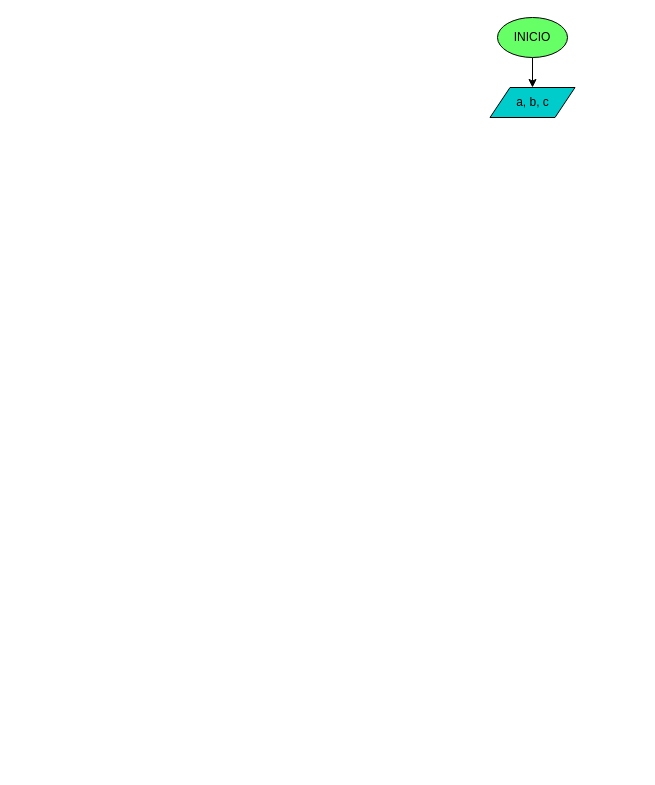
Earlier version of the draw.io diagram diagrama.drawio (sistemas-colegio-guanenta/quiz-condicionales-jgarces1231). Source tidied: cells renumbered, new cells numbered last; positions are measured from the earlier drawing's top-left corner, leaving out a move shared by most shapes. Both pictures are drawn from the tidied source at 100%, with x=0, y=0 at pixel (489, 17).
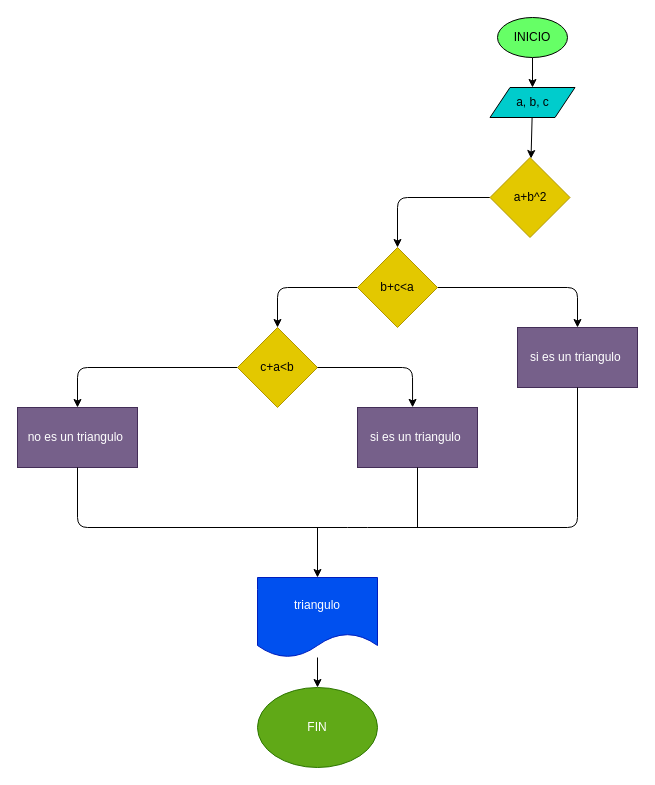
The same page after the edit.

Commit message (it also covers changes not shown here):
se realizo analisis y diseño

The change refers to these unchanged cells:
```xml
<mxCell id="4" value="a, b, c" style="shape=parallelogram;perimeter=parallelogramPerimeter;whiteSpace=wrap;html=1;fixedSize=1;fillColor=#00CCCC;" parent="1" vertex="1">
  <mxGeometry x="0.5" y="70" width="85" height="30" as="geometry" />
</mxCell>
```

The edit, as a diff of the source:
```diff
@@
+    <mxCell id="5" style="edgeStyle=none;html=1;" parent="1" edge="1" source="4" target="7">
+      <mxGeometry relative="1" as="geometry" />
+    </mxCell>
@@
+    <mxCell id="6" style="edgeStyle=none;html=1;" parent="1" edge="1" source="7" target="10">
+      <mxGeometry relative="1" as="geometry">
+        <Array as="points">
+          <mxPoint x="-92" y="180" />
+        </Array>
+      </mxGeometry>
+    </mxCell>
+    <mxCell id="7" value="a+b^2" style="rhombus;whiteSpace=wrap;html=1;fillColor=#e3c800;fontColor=#000000;strokeColor=#B09500;" parent="1" vertex="1">
+      <mxGeometry x="0.5" y="140" width="80" height="80" as="geometry" />
+    </mxCell>
+    <mxCell id="8" style="edgeStyle=none;html=1;" parent="1" edge="1" source="10">
+      <mxGeometry relative="1" as="geometry">
+        <mxPoint x="88" y="310" as="targetPoint" />
+        <Array as="points">
+          <mxPoint x="88" y="270" />
+        </Array>
+      </mxGeometry>
+    </mxCell>
+    <mxCell id="9" style="edgeStyle=none;html=1;" parent="1" edge="1" source="10" target="12">
+      <mxGeometry relative="1" as="geometry">
+        <Array as="points">
+          <mxPoint x="-212" y="270" />
+        </Array>
+      </mxGeometry>
+    </mxCell>
+    <mxCell id="10" value="b+c&amp;lt;a" style="rhombus;whiteSpace=wrap;html=1;fillColor=#e3c800;fontColor=#000000;strokeColor=#B09500;" parent="1" vertex="1">
+      <mxGeometry x="-132" y="230" width="80" height="80" as="geometry" />
+    </mxCell>
+    <mxCell id="11" style="edgeStyle=none;html=1;entryX=0.5;entryY=0;entryDx=0;entryDy=0;" parent="1" edge="1" source="12" target="14">
+      <mxGeometry relative="1" as="geometry">
+        <Array as="points">
+          <mxPoint x="-412" y="350" />
+        </Array>
+      </mxGeometry>
+    </mxCell>
+    <mxCell id="12" value="c+a&amp;lt;b" style="rhombus;whiteSpace=wrap;html=1;fillColor=#e3c800;fontColor=#000000;strokeColor=#B09500;" parent="1" vertex="1">
+      <mxGeometry x="-252" y="310" width="80" height="80" as="geometry" />
+    </mxCell>
+    <mxCell id="13" value="si es un triangulo&amp;nbsp;" style="rounded=0;whiteSpace=wrap;html=1;fillColor=#76608a;fontColor=#ffffff;strokeColor=#432D57;" parent="1" vertex="1">
+      <mxGeometry x="28" y="310" width="120" height="60" as="geometry" />
+    </mxCell>
+    <mxCell id="14" value="no es un triangulo&amp;nbsp;" style="rounded=0;whiteSpace=wrap;html=1;fillColor=#76608a;fontColor=#ffffff;strokeColor=#432D57;" parent="1" vertex="1">
+      <mxGeometry x="-472" y="390" width="120" height="60" as="geometry" />
+    </mxCell>
+    <mxCell id="15" value="si es un triangulo&amp;nbsp;" style="rounded=0;whiteSpace=wrap;html=1;fillColor=#76608a;fontColor=#ffffff;strokeColor=#432D57;" parent="1" vertex="1">
+      <mxGeometry x="-132" y="390" width="120" height="60" as="geometry" />
+    </mxCell>
+    <mxCell id="16" style="endArrow=classic;html=1;exitX=1;exitY=0.5;exitDx=0;exitDy=0;entryX=0.459;entryY=-0.002;entryDx=0;entryDy=0;entryPerimeter=0;" parent="1" edge="1" source="12" target="15">
+      <mxGeometry relative="1" as="geometry">
+        <Array as="points">
+          <mxPoint x="-77" y="350" />
+        </Array>
+      </mxGeometry>
+    </mxCell>
+    <mxCell id="17" style="endArrow=none;html=1;exitX=0.5;exitY=1;exitDx=0;exitDy=0;entryX=0.5;entryY=1;entryDx=0;entryDy=0;" parent="1" edge="1" source="14" target="13">
+      <mxGeometry relative="1" as="geometry">
+        <Array as="points">
+          <mxPoint x="-412" y="510" />
+          <mxPoint x="-132" y="510" />
+          <mxPoint x="88" y="510" />
+        </Array>
+      </mxGeometry>
+    </mxCell>
+    <mxCell id="18" style="endArrow=none;html=1;entryX=0.5;entryY=1;entryDx=0;entryDy=0;" parent="1" edge="1" target="15">
+      <mxGeometry relative="1" as="geometry">
+        <mxPoint x="-72" y="510" as="sourcePoint" />
+      </mxGeometry>
+    </mxCell>
+    <mxCell id="19" style="endArrow=classic;html=1;" parent="1" edge="1">
+      <mxGeometry relative="1" as="geometry">
+        <mxPoint x="-172" y="510" as="sourcePoint" />
+        <mxPoint x="-172" y="560" as="targetPoint" />
+      </mxGeometry>
+    </mxCell>
+    <mxCell id="20" style="edgeStyle=none;html=1;" parent="1" edge="1" source="21" target="22">
+      <mxGeometry relative="1" as="geometry" />
+    </mxCell>
+    <mxCell id="21" value="triangulo" style="shape=document;whiteSpace=wrap;html=1;boundedLbl=1;fillColor=#0050ef;fontColor=#ffffff;strokeColor=#001DBC;" parent="1" vertex="1">
+      <mxGeometry x="-232" y="560" width="120" height="80" as="geometry" />
+    </mxCell>
+    <mxCell id="22" value="FIN" style="ellipse;whiteSpace=wrap;html=1;fillColor=#60a917;strokeColor=#2D7600;fontColor=#ffffff;" parent="1" vertex="1">
+      <mxGeometry x="-232" y="670" width="120" height="80" as="geometry" />
+    </mxCell>
```
